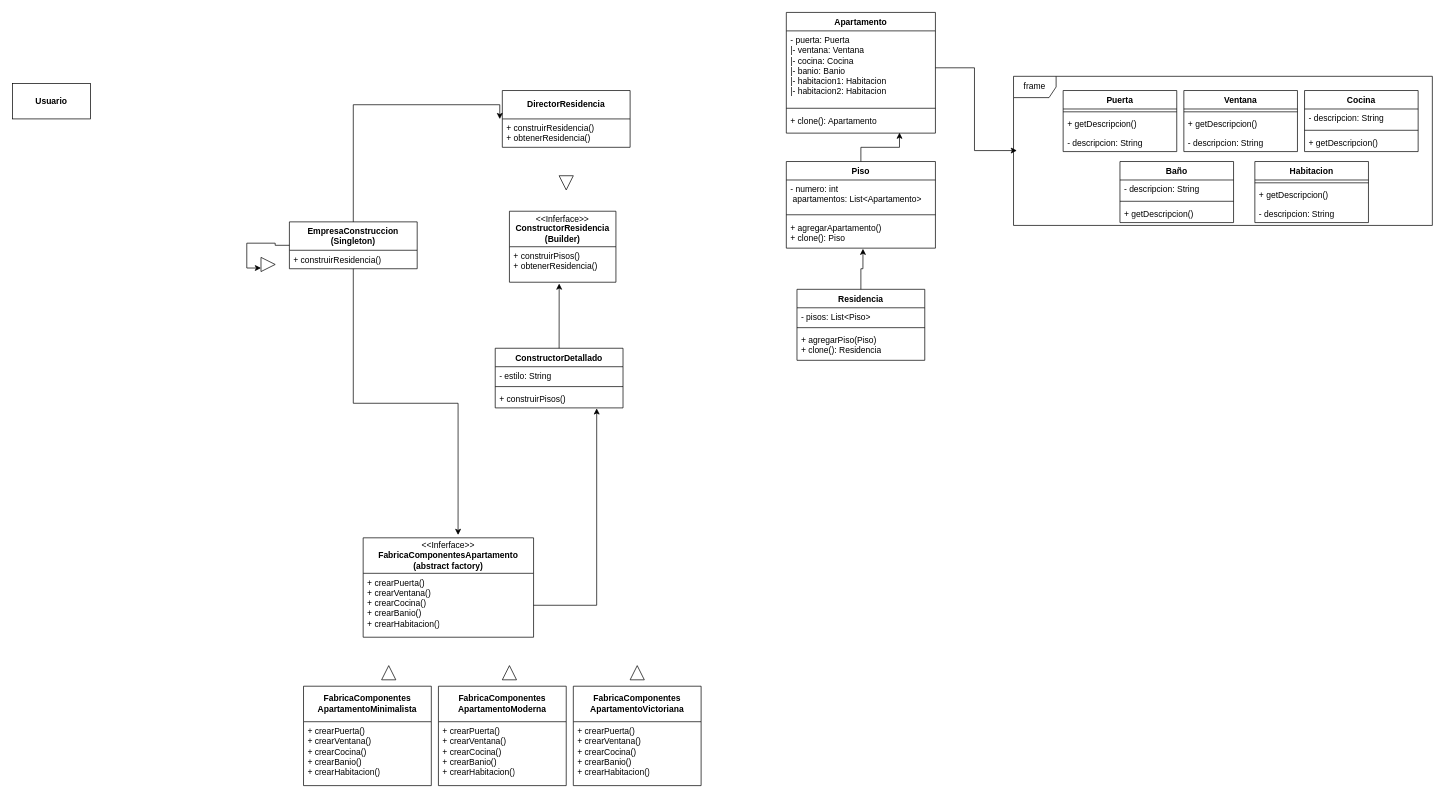
This is Empresa_Costrución.drawio from EsantiagoSC/Taller-2, a draw.io file, before an edit. Source tidied: cells renumbered, new cells numbered last; positions are measured from the earlier drawing's top-left corner, leaving out a move shared by most shapes. Both pictures are drawn from the tidied source at 71%, with x=0, y=0 at pixel (12, 12).
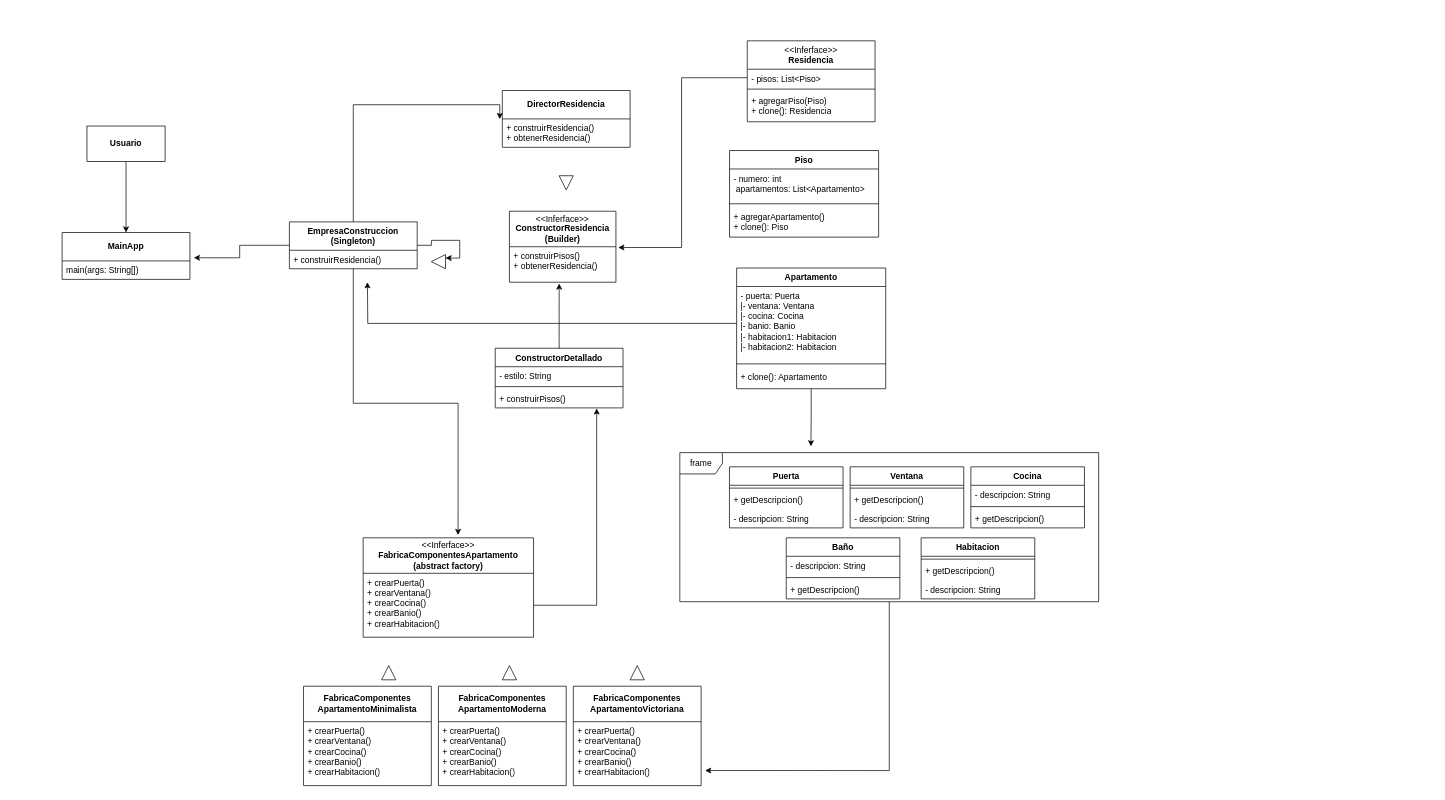
The same diagram, later.

Unchanged cells that the change refers to:
```xml
<mxCell id="3" value="&lt;b&gt;EmpresaConstruccion (Singleton)&lt;/b&gt;" style="swimlane;fontStyle=0;horizontal=1;startSize=40;fillColor=none;whiteSpace=wrap;html=1;" parent="1" vertex="1">
  <mxGeometry x="390.1" y="295" width="180" height="66" as="geometry" />
</mxCell>
<mxCell id="13" value="&lt;div&gt;+ crearPuerta()&lt;/div&gt;&lt;div&gt;+ crearVentana()&lt;/div&gt;&lt;div&gt;+ crearCocina()&lt;/div&gt;&lt;div&gt;+ crearBanio()&lt;/div&gt;&lt;div&gt;+ crearHabitacion()&lt;/div&gt;" style="text;strokeColor=none;fillColor=none;align=left;verticalAlign=top;spacingLeft=4;spacingRight=4;overflow=hidden;points=[[0,0.5],[1,0.5]];portConstraint=eastwest;whiteSpace=wrap;html=1;" parent="12" vertex="1">
  <mxGeometry y="50" width="180" height="90" as="geometry" />
</mxCell>
<mxCell id="35" value="&lt;div&gt;+ construirPisos()&lt;/div&gt;&lt;div&gt;&lt;span style=&quot;background-color: transparent; color: light-dark(rgb(0, 0, 0), rgb(255, 255, 255));&quot;&gt;+ obtenerResidencia()&lt;/span&gt;&lt;/div&gt;" style="text;strokeColor=none;fillColor=none;align=left;verticalAlign=top;spacingLeft=4;spacingRight=4;overflow=hidden;points=[[0,0.5],[1,0.5]];portConstraint=eastwest;whiteSpace=wrap;html=1;" parent="34" vertex="1">
  <mxGeometry y="50" width="150" height="50" as="geometry" />
</mxCell>
<mxCell id="55" value="&lt;div&gt;+ agregarApartamento()&lt;/div&gt;&lt;div&gt;+ clone(): Piso&lt;/div&gt;" style="text;strokeColor=none;fillColor=none;align=left;verticalAlign=top;spacingLeft=4;spacingRight=4;overflow=hidden;points=[[0,0.5],[1,0.5]];portConstraint=eastwest;whiteSpace=wrap;html=1;" parent="52" vertex="1">
  <mxGeometry y="80" width="210" height="42" as="geometry" />
</mxCell>
<mxCell id="57" value="&lt;div&gt;- puerta: Puerta&lt;/div&gt;&lt;div&gt;|- ventana: Ventana&lt;/div&gt;&lt;div&gt;|- cocina: Cocina&lt;/div&gt;&lt;div&gt;|- banio: Banio&lt;/div&gt;&lt;div&gt;|- habitacion1: Habitacion&lt;/div&gt;&lt;div&gt;|- habitacion2: Habitacion&lt;/div&gt;" style="text;strokeColor=none;fillColor=none;align=left;verticalAlign=top;spacingLeft=4;spacingRight=4;overflow=hidden;points=[[0,0.5],[1,0.5]];portConstraint=eastwest;whiteSpace=wrap;html=1;" parent="56" vertex="1">
  <mxGeometry y="26" width="210" height="104" as="geometry" />
</mxCell>
<mxCell id="59" value="&lt;div&gt;+ clone(): Apartamento&lt;/div&gt;" style="text;strokeColor=none;fillColor=none;align=left;verticalAlign=top;spacingLeft=4;spacingRight=4;overflow=hidden;points=[[0,0.5],[1,0.5]];portConstraint=eastwest;whiteSpace=wrap;html=1;" parent="56" vertex="1">
  <mxGeometry y="140" width="210" height="30" as="geometry" />
</mxCell>
```

The edit, as a diff of the source:
```diff
@@
+    <mxCell id="67" style="edgeStyle=orthogonalEdgeStyle;rounded=0;jettySize=auto;html=1;entryX=0.5;entryY=0;entryDx=0;entryDy=0;" parent="1" edge="1" source="5" target="69">
+      <mxGeometry relative="1" as="geometry" />
+    </mxCell>
     <mxCell id="5" value="&lt;b&gt;Usuario&lt;/b&gt;" style="html=1;whiteSpace=wrap;" parent="1" vertex="1">
-      <mxGeometry y="100" width="110" height="50" as="geometry" />
+      <mxGeometry x="105" y="160" width="110" height="50" as="geometry" />
     </mxCell>
@@
     <mxCell id="14" value="Puerta" style="swimlane;fontStyle=1;align=center;verticalAlign=top;horizontal=1;startSize=26;whiteSpace=wrap;html=1;" parent="1" vertex="1">
-      <mxGeometry x="1479.9" y="110" width="160" height="86" as="geometry" />
+      <mxGeometry x="1009.9" y="640" width="160" height="86" as="geometry" />
     </mxCell>
@@
     <mxCell id="18" value="Ventana" style="swimlane;fontStyle=1;align=center;verticalAlign=top;horizontal=1;startSize=26;whiteSpace=wrap;html=1;" parent="1" vertex="1">
-      <mxGeometry x="1649.9" y="110" width="160" height="86" as="geometry" />
+      <mxGeometry x="1179.9" y="640" width="160" height="86" as="geometry" />
     </mxCell>
@@
     <mxCell id="22" value="Cocina" style="swimlane;fontStyle=1;align=center;verticalAlign=top;horizontal=1;startSize=26;whiteSpace=wrap;html=1;" parent="1" vertex="1">
-      <mxGeometry x="1819.9" y="110" width="160" height="86" as="geometry" />
+      <mxGeometry x="1349.9" y="640" width="160" height="86" as="geometry" />
     </mxCell>
@@
     <mxCell id="26" value="Baño" style="swimlane;fontStyle=1;align=center;verticalAlign=top;horizontal=1;startSize=26;whiteSpace=wrap;html=1;" parent="1" vertex="1">
-      <mxGeometry x="1559.9" y="210" width="160" height="86" as="geometry" />
+      <mxGeometry x="1089.9" y="740" width="160" height="86" as="geometry" />
     </mxCell>
@@
     <mxCell id="30" value="Habitacion" style="swimlane;fontStyle=1;align=center;verticalAlign=top;horizontal=1;startSize=26;whiteSpace=wrap;html=1;" parent="1" vertex="1">
-      <mxGeometry x="1749.9" y="210" width="160" height="86" as="geometry" />
+      <mxGeometry x="1279.9" y="740" width="160" height="86" as="geometry" />
     </mxCell>
@@
-    <mxCell id="47" style="triangle;whiteSpace=wrap;html=1;rotation=0;" parent="1" vertex="1">
-      <mxGeometry x="350.1" y="345" width="20" height="20" as="geometry" />
+    <mxCell id="47" style="triangle;whiteSpace=wrap;html=1;rotation=-180;" parent="1" vertex="1">
+      <mxGeometry x="590" y="341" width="20" height="20" as="geometry" />
     </mxCell>
-    <mxCell id="48" value="Residencia" style="swimlane;fontStyle=1;align=center;verticalAlign=top;horizontal=1;startSize=26;whiteSpace=wrap;html=1;" parent="1" vertex="1">
-      <mxGeometry x="1105" y="390" width="180" height="100" as="geometry" />
+    <mxCell id="48" value="&lt;div&gt;&lt;span style=&quot;font-weight: 400;&quot;&gt;&amp;lt;&amp;lt;Inferface&amp;gt;&amp;gt;&lt;/span&gt;&lt;/div&gt;Residencia" style="swimlane;fontStyle=1;align=center;verticalAlign=top;horizontal=1;startSize=40;whiteSpace=wrap;html=1;" parent="1" vertex="1">
+      <mxGeometry x="1035" y="40" width="180" height="114" as="geometry" />
     </mxCell>
     <mxCell id="49" value="- pisos: List&amp;lt;Piso&amp;gt;" style="text;strokeColor=none;fillColor=none;align=left;verticalAlign=top;spacingLeft=4;spacingRight=4;overflow=hidden;points=[[0,0.5],[1,0.5]];portConstraint=eastwest;whiteSpace=wrap;html=1;" parent="48" vertex="1">
-      <mxGeometry y="26" width="180" height="24" as="geometry" />
+      <mxGeometry y="40" width="180" height="24" as="geometry" />
     </mxCell>
     <mxCell id="50" style="line;strokeWidth=1;fillColor=none;align=left;verticalAlign=middle;spacingTop=-1;spacingLeft=3;spacingRight=3;labelPosition=right;strokeColor=inherit;" parent="48" vertex="1">
-      <mxGeometry y="50" width="180" height="8" as="geometry" />
+      <mxGeometry y="64" width="180" height="8" as="geometry" />
     </mxCell>
     <mxCell id="51" value="&lt;div&gt;+ agregarPiso(Piso)&lt;/div&gt;&lt;div&gt;+ clone(): Residencia&lt;/div&gt;" style="text;strokeColor=none;fillColor=none;align=left;verticalAlign=top;spacingLeft=4;spacingRight=4;overflow=hidden;whiteSpace=wrap;html=1;" parent="48" vertex="1">
-      <mxGeometry y="58" width="180" height="42" as="geometry" />
+      <mxGeometry y="72" width="180" height="42" as="geometry" />
     </mxCell>
     <mxCell id="52" value="Piso" style="swimlane;fontStyle=1;align=center;verticalAlign=top;horizontal=1;startSize=26;whiteSpace=wrap;html=1;" parent="1" vertex="1">
-      <mxGeometry x="1090" y="210" width="210" height="122" as="geometry" />
+      <mxGeometry x="1010" y="194.5" width="210" height="122" as="geometry" />
     </mxCell>
@@
     <mxCell id="56" value="Apartamento" style="swimlane;fontStyle=1;align=center;verticalAlign=top;horizontal=1;startSize=26;whiteSpace=wrap;html=1;" parent="1" vertex="1">
-      <mxGeometry x="1090" width="210" height="170" as="geometry" />
+      <mxGeometry x="1020" y="360" width="210" height="170" as="geometry" />
     </mxCell>
+    <mxCell id="68" style="edgeStyle=orthogonalEdgeStyle;rounded=0;jettySize=auto;html=1;" parent="56" edge="1" source="57">
+      <mxGeometry relative="1" as="geometry">
+        <mxPoint x="-520" y="20" as="targetPoint" />
+      </mxGeometry>
+    </mxCell>
@@
-    <mxCell id="63" style="edgeStyle=orthogonalEdgeStyle;rounded=0;jettySize=auto;html=1;entryX=0.514;entryY=1.021;entryDx=0;entryDy=0;entryPerimeter=0;" parent="1" edge="1" source="48" target="55">
-      <mxGeometry relative="1" as="geometry" />
-    </mxCell>
-    <mxCell id="64" style="edgeStyle=orthogonalEdgeStyle;rounded=0;jettySize=auto;html=1;entryX=0.759;entryY=0.978;entryDx=0;entryDy=0;entryPerimeter=0;" parent="1" edge="1" source="52" target="59">
-      <mxGeometry relative="1" as="geometry" />
-    </mxCell>
     <mxCell id="65" value="frame" style="shape=umlFrame;whiteSpace=wrap;html=1;" parent="1" vertex="1">
-      <mxGeometry x="1410" y="90" width="589.9" height="210" as="geometry" />
+      <mxGeometry x="940" y="620" width="589.9" height="210" as="geometry" />
     </mxCell>
-    <mxCell id="66" style="edgeStyle=orthogonalEdgeStyle;rounded=0;jettySize=auto;html=1;entryX=0.008;entryY=0.498;entryDx=0;entryDy=0;entryPerimeter=0;" parent="1" edge="1" source="57" target="65">
-      <mxGeometry relative="1" as="geometry" />
-    </mxCell>
+    <mxCell id="69" value="&lt;b&gt;MainApp&lt;/b&gt;" style="swimlane;fontStyle=0;horizontal=1;startSize=40;fillColor=none;whiteSpace=wrap;html=1;" parent="1" vertex="1">
+      <mxGeometry x="70" y="310" width="180" height="66" as="geometry" />
+    </mxCell>
+    <mxCell id="70" value="&lt;div&gt;main(args: String[])&lt;/div&gt;" style="text;strokeColor=none;fillColor=none;align=left;verticalAlign=top;spacingLeft=4;spacingRight=4;overflow=hidden;points=[[0,0.5],[1,0.5]];portConstraint=eastwest;whiteSpace=wrap;html=1;" parent="69" vertex="1">
+      <mxGeometry y="40" width="180" height="26" as="geometry" />
+    </mxCell>
+    <mxCell id="71" style="edgeStyle=orthogonalEdgeStyle;rounded=0;jettySize=auto;html=1;entryX=1.031;entryY=-0.171;entryDx=0;entryDy=0;entryPerimeter=0;" parent="1" edge="1" source="3" target="70">
+      <mxGeometry relative="1" as="geometry" />
+    </mxCell>
+    <mxCell id="72" style="edgeStyle=orthogonalEdgeStyle;rounded=0;jettySize=auto;html=1;entryX=1.022;entryY=0.022;entryDx=0;entryDy=0;entryPerimeter=0;" parent="1" edge="1" source="49" target="35">
+      <mxGeometry relative="1" as="geometry" />
+    </mxCell>
+    <mxCell id="73" style="edgeStyle=orthogonalEdgeStyle;rounded=0;jettySize=auto;html=1;entryX=0.313;entryY=-0.042;entryDx=0;entryDy=0;entryPerimeter=0;" parent="1" edge="1" source="56" target="65">
+      <mxGeometry relative="1" as="geometry" />
+    </mxCell>
+    <mxCell id="74" style="edgeStyle=orthogonalEdgeStyle;rounded=0;jettySize=auto;html=1;entryX=1.031;entryY=0.764;entryDx=0;entryDy=0;entryPerimeter=0;" parent="1" edge="1" source="65" target="13">
+      <mxGeometry relative="1" as="geometry" />
+    </mxCell>
```
